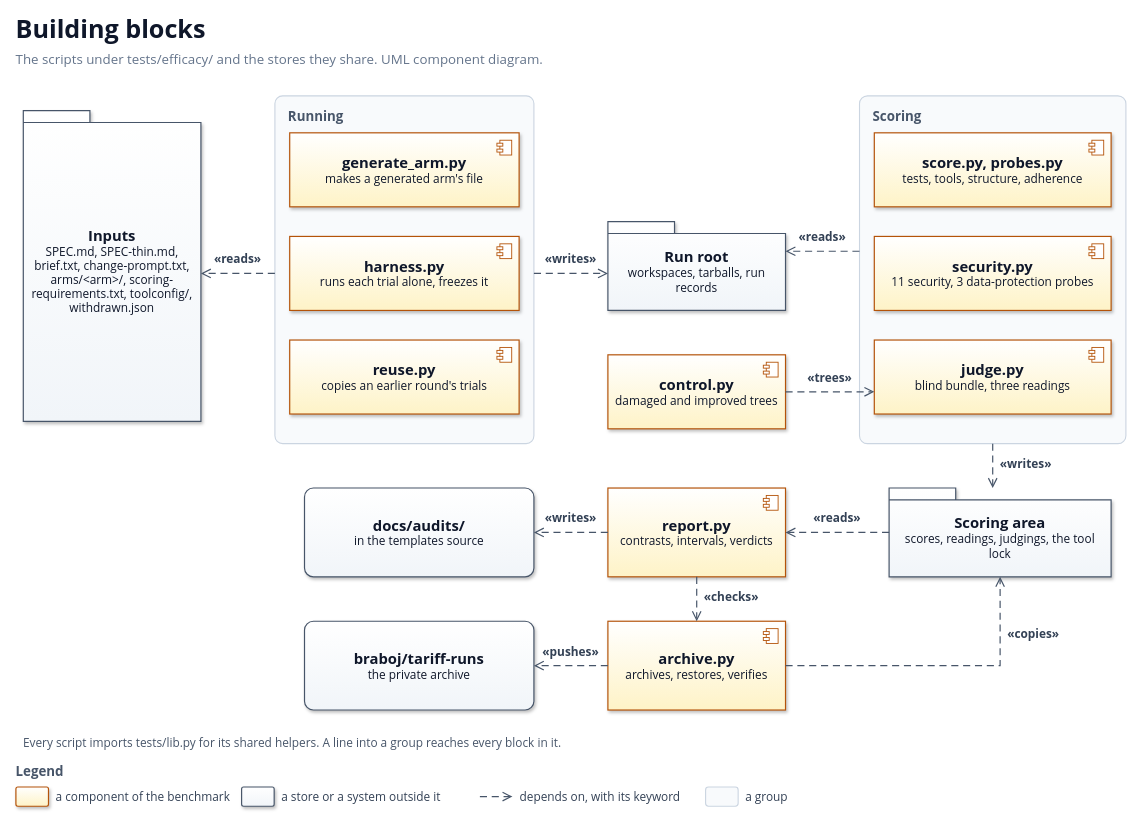
The draw.io diagram docs/diagrams/building-blocks.drawio in solid-ai-dev/solid-ai-benchmark, before the edit. Source tidied: cells renumbered, new cells numbered last; positions are measured from the earlier drawing's top-left corner, leaving out a move shared by most shapes. Both pictures are drawn from the tidied source at 74%, with x=0, y=0 at pixel (16, 13).
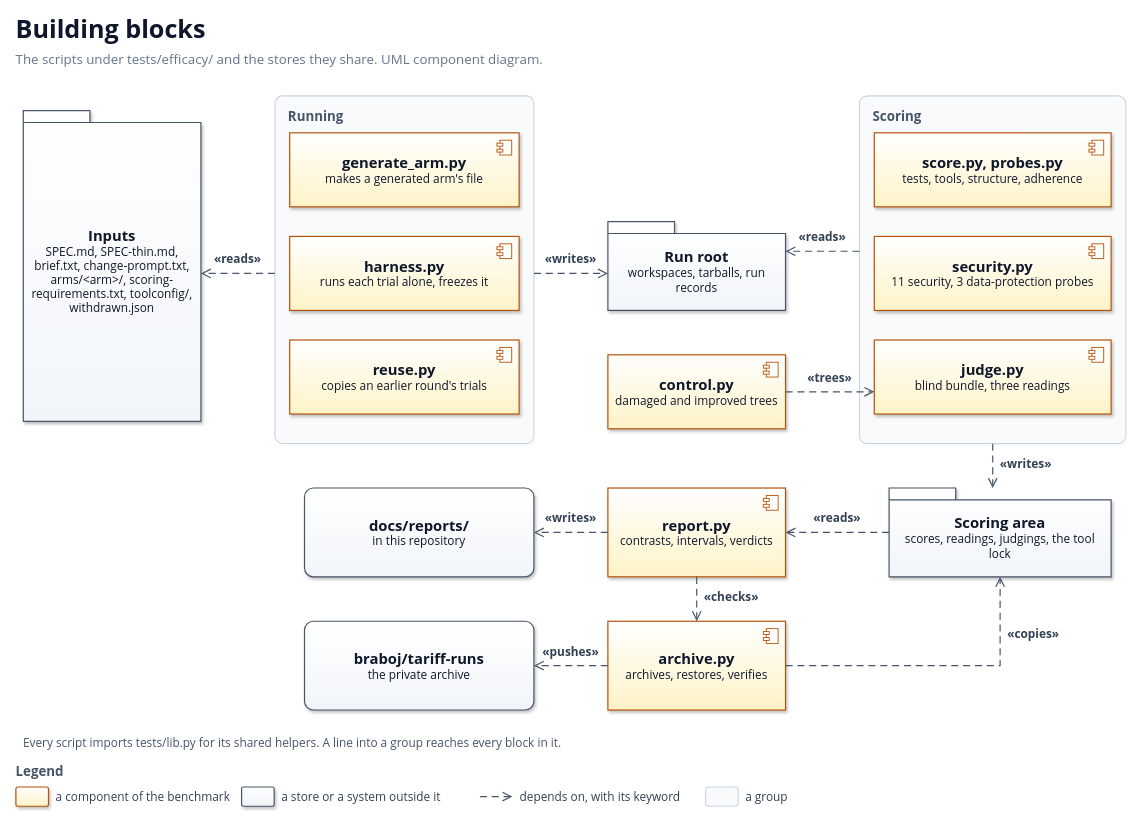
After the change.

Change to the diagram source:
```diff
@@
-    <mxCell id="45" value="&lt;b style='font-size:20px'&gt;docs/audits/&lt;/b&gt;&lt;br&gt;&lt;span style='font-size:16px'&gt;in the templates source&lt;/span&gt;" style="rounded=1;arcSize=10;whiteSpace=wrap;html=1;fillColor=#F1F5F9;gradientColor=#FFFFFF;gradientDirection=north;strokeColor=#475569;strokeWidth=1.6;shadow=1;align=center;verticalAlign=middle;fontFamily=Segoe UI;fontColor=#0F172A;spacing=8;" parent="1" vertex="1">
+    <mxCell id="45" value="&lt;b style='font-size:20px'&gt;docs/reports/&lt;/b&gt;&lt;br&gt;&lt;span style='font-size:16px'&gt;in this repository&lt;/span&gt;" style="rounded=1;arcSize=10;whiteSpace=wrap;html=1;fillColor=#F1F5F9;gradientColor=#FFFFFF;gradientDirection=north;strokeColor=#475569;strokeWidth=1.6;shadow=1;align=center;verticalAlign=middle;fontFamily=Segoe UI;fontColor=#0F172A;spacing=8;" parent="1" vertex="1">
       <mxGeometry x="390" y="642" width="310" height="120" as="geometry" />
     </mxCell>
```
